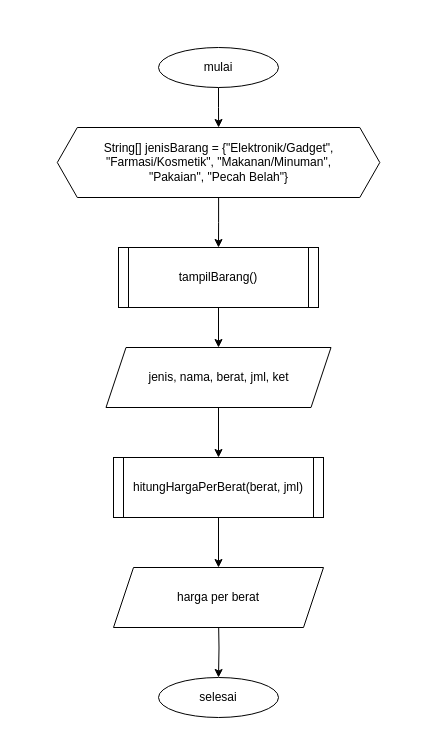
This is page "fitur" (1 of 3) of fiturBarang().drawio from Diaputr/tugas-besar, a draw.io file, before an edit. Source tidied: cells renumbered, new cells numbered last; positions are measured from the earlier drawing's top-left corner, leaving out a move shared by most shapes. Both pictures are drawn from the tidied source at 100%, with x=0, y=0 at pixel (57, 47).
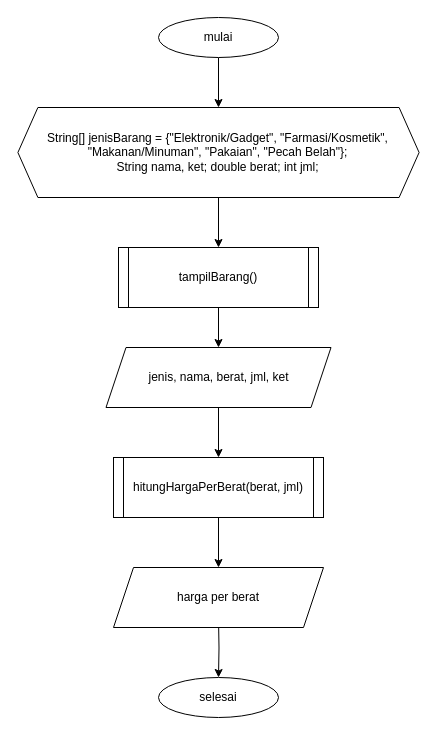
The same diagram, later.

Change to the diagram source:
```diff
@@
 <mxGraphModel>
   <root>
     <mxCell id="0" />
     <mxCell id="1" parent="0" />
     <mxCell id="2" style="edgeStyle=orthogonalEdgeStyle;rounded=0;jettySize=auto;html=1;" parent="1" edge="1" source="3" target="13">
       <mxGeometry relative="1" as="geometry" />
     </mxCell>
     <mxCell id="3" value="mulai" style="ellipse;whiteSpace=wrap;html=1;" parent="1" vertex="1">
-      <mxGeometry x="101" width="120" height="40" as="geometry" />
+      <mxGeometry x="101" y="-30" width="120" height="40" as="geometry" />
     </mxCell>
     <mxCell id="4" style="edgeStyle=orthogonalEdgeStyle;rounded=0;jettySize=auto;html=1;" parent="1" edge="1" source="5" target="7">
       <mxGeometry relative="1" as="geometry" />
     </mxCell>
     <mxCell id="5" value="tampilBarang()" style="shape=process;whiteSpace=wrap;html=1;backgroundOutline=1;size=0.05;" parent="1" vertex="1">
       <mxGeometry x="61" y="200" width="200" height="60" as="geometry" />
     </mxCell>
     <mxCell id="6" style="edgeStyle=orthogonalEdgeStyle;rounded=0;jettySize=auto;html=1;" parent="1" edge="1" source="7" target="10">
       <mxGeometry relative="1" as="geometry" />
     </mxCell>
     <mxCell id="7" value="jenis, nama, berat, jml, ket" style="shape=parallelogram;perimeter=parallelogramPerimeter;whiteSpace=wrap;html=1;fixedSize=1;" parent="1" vertex="1">
       <mxGeometry x="48.5" y="300" width="225" height="60" as="geometry" />
     </mxCell>
     <mxCell id="8" style="edgeStyle=orthogonalEdgeStyle;rounded=0;jettySize=auto;html=1;" parent="1" edge="1" target="11">
       <mxGeometry relative="1" as="geometry">
         <mxPoint x="161" y="570" as="sourcePoint" />
       </mxGeometry>
     </mxCell>
     <mxCell id="9" style="edgeStyle=orthogonalEdgeStyle;rounded=0;jettySize=auto;html=1;" parent="1" edge="1" source="10" target="14">
       <mxGeometry relative="1" as="geometry" />
     </mxCell>
     <mxCell id="10" value="hitungHargaPerBerat(berat, jml)" style="shape=process;whiteSpace=wrap;html=1;backgroundOutline=1;size=0.047619047619047616;" parent="1" vertex="1">
       <mxGeometry x="56" y="410" width="210" height="60" as="geometry" />
     </mxCell>
     <mxCell id="11" value="selesai" style="ellipse;whiteSpace=wrap;html=1;" parent="1" vertex="1">
       <mxGeometry x="101" y="630" width="120" height="40" as="geometry" />
     </mxCell>
     <mxCell id="12" style="edgeStyle=orthogonalEdgeStyle;rounded=0;jettySize=auto;html=1;" parent="1" edge="1" source="13" target="5">
       <mxGeometry relative="1" as="geometry" />
     </mxCell>
-    <mxCell id="13" value="&lt;br&gt;&lt;div&gt;String[] jenisBarang = {&quot;Elektronik/Gadget&quot;, &quot;Farmasi/Kosmetik&quot;, &quot;Makanan/Minuman&quot;, &quot;Pakaian&quot;,&amp;nbsp;&quot;Pecah Belah&quot;}&lt;/div&gt;&lt;div&gt;&lt;br&gt;&lt;/div&gt;" style="shape=hexagon;perimeter=hexagonPerimeter2;whiteSpace=wrap;html=1;fixedSize=1;" parent="1" vertex="1">
-      <mxGeometry x="-0.2" y="80" width="322.5" height="70" as="geometry" />
+    <mxCell id="13" value="&lt;br&gt;&lt;div&gt;String[] jenisBarang = {&quot;Elektronik/Gadget&quot;, &quot;Farmasi/Kosmetik&quot;, &quot;Makanan/Minuman&quot;, &quot;Pakaian&quot;,&amp;nbsp;&quot;Pecah Belah&quot;};&lt;/div&gt;&lt;div&gt;String nama, ket;&lt;span style=&quot;white-space: pre&quot;&gt; &lt;/span&gt;&lt;span&gt;double berat;&lt;span style=&quot;white-space: pre&quot;&gt; &lt;/span&gt;&lt;/span&gt;&lt;span&gt;int jml;&lt;/span&gt;&lt;/div&gt;&lt;div&gt;&lt;br&gt;&lt;/div&gt;" style="shape=hexagon;perimeter=hexagonPerimeter2;whiteSpace=wrap;html=1;fixedSize=1;" parent="1" vertex="1">
+      <mxGeometry x="-39.6" y="60" width="401.2" height="90" as="geometry" />
     </mxCell>
     <mxCell id="14" value="harga per berat" style="shape=parallelogram;perimeter=parallelogramPerimeter;whiteSpace=wrap;html=1;fixedSize=1;" parent="1" vertex="1">
       <mxGeometry x="56" y="520" width="210" height="60" as="geometry" />
     </mxCell>
   </root>
 </mxGraphModel>
```
